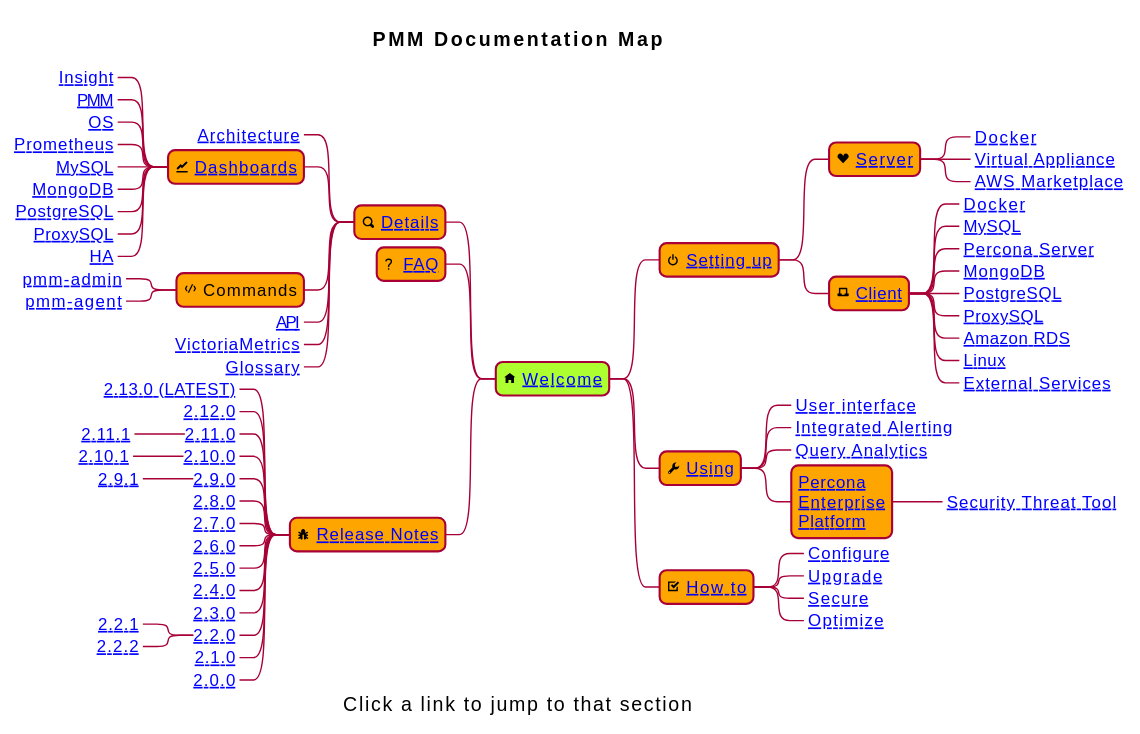
Above: preview/_images/PMM_Documentation_Map.svg in guriandoro/pmm-doc (PlantUML), before the change. Source of this version:
```plantuml
@startmindmap "PMM_Documentation_Map"
title PMM Documentation Map
caption Click a link to jump to that section
skinparam Shadowing false
<style>
mindmapDiagram {
  node {
    FontSize 12
    BackgroundColor Orange
    RoundCorner 10
    Padding 5
    Margin 3
  }
}
</style>

*[#GreenYellow] <&home> [[https://www.percona.com/doc/percona-monitoring-and-management/2.x/index.html Welcome]]
** <&power-standby> [[https://www.percona.com/doc/percona-monitoring-and-management/2.x/setting-up/ Setting up]]
*** <&heart> [[https://www.percona.com/doc/percona-monitoring-and-management/2.x/setting-up/server/ Server]]
****_ [[https://www.percona.com/doc/percona-monitoring-and-management/2.x/setting-up/server/docker.html Docker]]
****_ [[https://www.percona.com/doc/percona-monitoring-and-management/2.x/setting-up/server/virtual-appliance.html Virtual Appliance]]
****_ [[https://www.percona.com/doc/percona-monitoring-and-management/2.x/setting-up/server/aws.html AWS Marketplace]]
*** <&laptop> [[https://www.percona.com/doc/percona-monitoring-and-management/2.x/setting-up/client/ Client]]
****_ [[https://www.percona.com/doc/percona-monitoring-and-management/2.x/setting-up/client/docker.html Docker]]
****_ [[https://www.percona.com/doc/percona-monitoring-and-management/2.x/setting-up/client/mysql.html MySQL]]
****_ [[https://www.percona.com/doc/percona-monitoring-and-management/2.x/setting-up/client/percona-server.html Percona Server]]
****_ [[https://www.percona.com/doc/percona-monitoring-and-management/2.x/setting-up/client/mongodb.html MongoDB]]
****_ [[https://www.percona.com/doc/percona-monitoring-and-management/2.x/setting-up/client/postgresql.html PostgreSQL]]
****_ [[https://www.percona.com/doc/percona-monitoring-and-management/2.x/setting-up/client/proxysql.html ProxySQL]]
****_ [[https://www.percona.com/doc/percona-monitoring-and-management/2.x/setting-up/client/aws.html Amazon RDS]]
****_ [[https://www.percona.com/doc/percona-monitoring-and-management/2.x/setting-up/client/linux.html Linux]]
****_ [[https://www.percona.com/doc/percona-monitoring-and-management/2.x/setting-up/client/external.html External Services]]

** <&wrench> [[https://www.percona.com/doc/percona-monitoring-and-management/2.x/using/ Using]]
***_ [[https://www.percona.com/doc/percona-monitoring-and-management/2.x/using/interface.html User interface]]
***_ [[https://www.percona.com/doc/percona-monitoring-and-management/2.x/using/alerting.html Integrated Alerting]]
***_ [[https://www.percona.com/doc/percona-monitoring-and-management/2.x/using/query-analytics.html Query Analytics]]
*** [[https://www.percona.com/doc/percona-monitoring-and-management/2.x/using/platform/  Percona\nEnterprise\nPlatform]]
****_ [[https://www.percona.com/doc/percona-monitoring-and-management/2.x/using/platform/security-threat-tool.html Security Threat Tool]]

** <&task> [[https://www.percona.com/doc/percona-monitoring-and-management/2.x/how-to/ How to]]
***_ [[https://www.percona.com/doc/percona-monitoring-and-management/2.x/how-to/configure.html Configure]]
***_ [[https://www.percona.com/doc/percona-monitoring-and-management/2.x/how-to/upgrade.html Upgrade]]
***_ [[https://www.percona.com/doc/percona-monitoring-and-management/2.x/how-to/secure.html Secure]]
***_ [[https://www.percona.com/doc/percona-monitoring-and-management/2.x/how-to/optimize.html Optimize]]

left side


** <&magnifying-glass> [[https://www.percona.com/doc/percona-monitoring-and-management/2.x/details/ Details]]
***_ [[https://www.percona.com/doc/percona-monitoring-and-management/2.x/details/architecture.html Architecture]]
*** <&graph> [[https://www.percona.com/doc/percona-monitoring-and-management/2.x/details/dashboards/ Dashboards]]
****_ [[https://www.percona.com/doc/percona-monitoring-and-management/2.x/details/dashboards/index.html#insight Insight]]
****_ [[https://www.percona.com/doc/percona-monitoring-and-management/2.x/details/dashboards/index.html#pmm PMM]]
****_ [[https://www.percona.com/doc/percona-monitoring-and-management/2.x/details/dashboards/index.html#os-dashboards OS]]
****_ [[https://www.percona.com/doc/percona-monitoring-and-management/2.x/details/dashboards/index.html#prometheus-dashboards Prometheus]]
****_ [[https://www.percona.com/doc/percona-monitoring-and-management/2.x/details/dashboards/index.html#mysql-dashboards MySQL]]
****_ [[https://www.percona.com/doc/percona-monitoring-and-management/2.x/details/dashboards/index.html#mongodb-dashboards MongoDB]]
****_ [[https://www.percona.com/doc/percona-monitoring-and-management/2.x/details/dashboards/index.html#postgresql-dashboards PostgreSQL]]
****_ [[https://www.percona.com/doc/percona-monitoring-and-management/2.x/details/dashboards/index.html#proxysql-dashboards ProxySQL]]
****_ [[https://www.percona.com/doc/percona-monitoring-and-management/2.x/details/dashboards/index.html#ha-dashboards HA]]

*** <&code> Commands
****_ [[https://www.percona.com/doc/percona-monitoring-and-management/2.x/details/commands/pmm-admin.html pmm-admin]]
****_ [[https://www.percona.com/doc/percona-monitoring-and-management/2.x/details/commands/pmm-agent.html pmm-agent]]
***_ [[https://www.percona.com/doc/percona-monitoring-and-management/2.x/details/api.html API]]
***_ [[https://www.percona.com/doc/percona-monitoring-and-management/2.x/details/victoria-metrics.html VictoriaMetrics]]
***_ [[https://www.percona.com/doc/percona-monitoring-and-management/2.x/details/glossary.html Glossary]]

** <&question-mark> [[https://www.percona.com/doc/percona-monitoring-and-management/2.x/faq.html FAQ]]

** <&bug> [[https://www.percona.com/doc/percona-monitoring-and-management/2.x/release-notes/ Release Notes]]
***_ [[https://www.percona.com/doc/percona-monitoring-and-management/2.x/release-notes/2.13.0.html 2.13.0 (LATEST)]]
***_ [[https://www.percona.com/doc/percona-monitoring-and-management/2.x/release-notes/2.12.0.html 2.12.0]]
***_ [[https://www.percona.com/doc/percona-monitoring-and-management/2.x/release-notes/2.11.0.html 2.11.0]]
****_ [[https://www.percona.com/doc/percona-monitoring-and-management/2.x/release-notes/2.11.1.html 2.11.1]]
***_ [[https://www.percona.com/doc/percona-monitoring-and-management/2.x/release-notes/2.10.0.html 2.10.0]]
****_ [[https://www.percona.com/doc/percona-monitoring-and-management/2.x/release-notes/2.10.1.html 2.10.1]]
***_ [[https://www.percona.com/doc/percona-monitoring-and-management/2.x/release-notes/2.9.0.html 2.9.0]]
****_ [[https://www.percona.com/doc/percona-monitoring-and-management/2.x/release-notes/2.9.1.html 2.9.1]]
***_ [[https://www.percona.com/doc/percona-monitoring-and-management/2.x/release-notes/2.8.0.html 2.8.0]]
***_ [[https://www.percona.com/doc/percona-monitoring-and-management/2.x/release-notes/2.7.0.html 2.7.0]]
***_ [[https://www.percona.com/doc/percona-monitoring-and-management/2.x/release-notes/2.6.0.html 2.6.0]]
***_ [[https://www.percona.com/doc/percona-monitoring-and-management/2.x/release-notes/2.5.0.html 2.5.0]]
***_ [[https://www.percona.com/doc/percona-monitoring-and-management/2.x/release-notes/2.4.0.html 2.4.0]]
***_ [[https://www.percona.com/doc/percona-monitoring-and-management/2.x/release-notes/2.3.0.html 2.3.0]]
***_ [[https://www.percona.com/doc/percona-monitoring-and-management/2.x/release-notes/2.2.0.html 2.2.0]]
****_ [[https://www.percona.com/doc/percona-monitoring-and-management/2.x/release-notes/2.2.1.html 2.2.1]]
****_ [[https://www.percona.com/doc/percona-monitoring-and-management/2.x/release-notes/2.2.2.html 2.2.2]]
***_ [[https://www.percona.com/doc/percona-monitoring-and-management/2.x/release-notes/2.1.0.html 2.1.0]]
***_ [[https://www.percona.com/doc/percona-monitoring-and-management/2.x/release-notes/2.0.0.html 2.0.0]]
@endmindmap
```
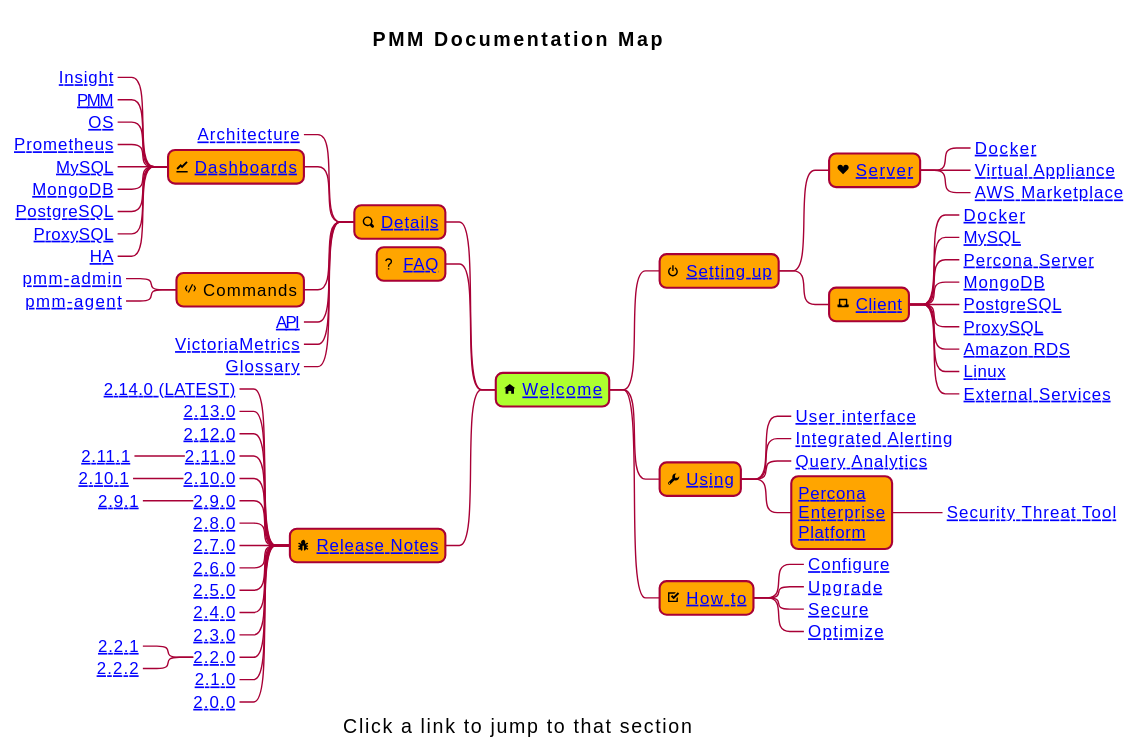
After the commit.

Change to the diagram source:
```diff
@@ -70,7 +70,8 @@
 ** <&question-mark> [[https://www.percona.com/doc/percona-monitoring-and-management/2.x/faq.html FAQ]]
 
 ** <&bug> [[https://www.percona.com/doc/percona-monitoring-and-management/2.x/release-notes/ Release Notes]]
-***_ [[https://www.percona.com/doc/percona-monitoring-and-management/2.x/release-notes/2.13.0.html 2.13.0 (LATEST)]]
+***_ [[https://www.percona.com/doc/percona-monitoring-and-management/2.x/release-notes/2.14.0.html 2.14.0 (LATEST)]]
+***_ [[https://www.percona.com/doc/percona-monitoring-and-management/2.x/release-notes/2.13.0.html 2.13.0]]
 ***_ [[https://www.percona.com/doc/percona-monitoring-and-management/2.x/release-notes/2.12.0.html 2.12.0]]
 ***_ [[https://www.percona.com/doc/percona-monitoring-and-management/2.x/release-notes/2.11.0.html 2.11.0]]
 ****_ [[https://www.percona.com/doc/percona-monitoring-and-management/2.x/release-notes/2.11.1.html 2.11.1]]
```
